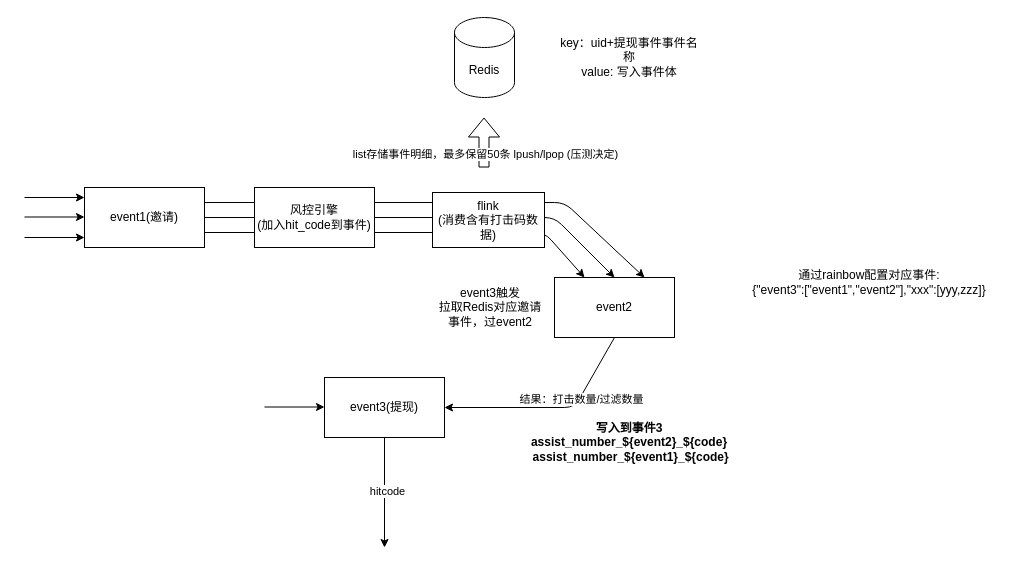
learn2Pro/draw_io_save keeps this draw.io diagram as event_3.drawio. Above is the earlier version. Source tidied: cells renumbered, new cells numbered last; positions are measured from the earlier drawing's top-left corner, leaving out a move shared by most shapes. Both pictures are drawn from the tidied source at 100%, with x=0, y=0 at pixel (24, 17).
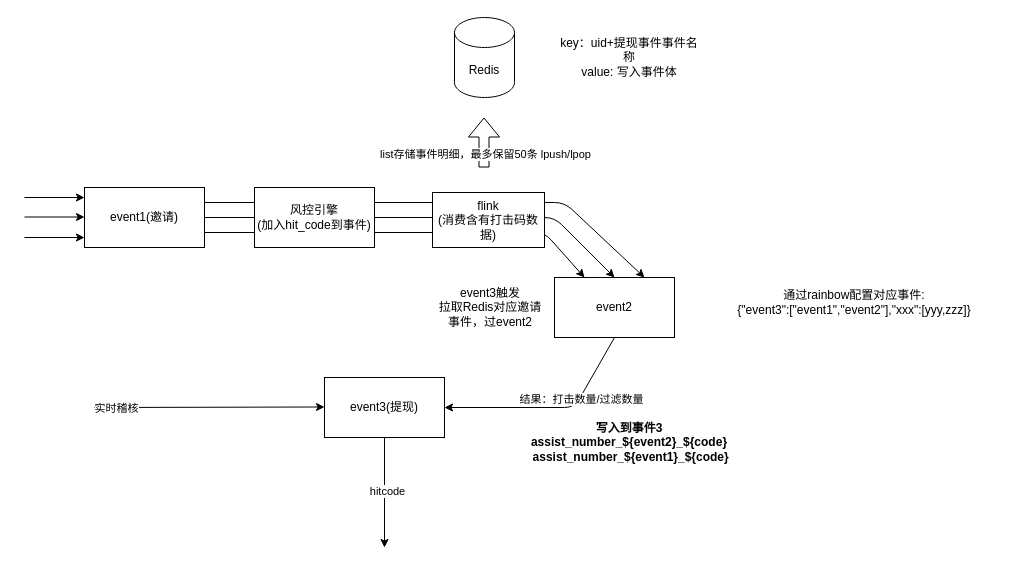
Above is the later version.

Unchanged cells that the change refers to:
```xml
<mxCell id="17" style="shape=flexArrow;endArrow=classic;html=1;" parent="1" edge="1">
  <mxGeometry relative="1" as="geometry">
    <mxPoint x="459.5" y="150" as="sourcePoint" />
    <mxPoint x="459.5" y="100" as="targetPoint" />
  </mxGeometry>
</mxCell>
```

Change to the diagram source:
```diff
@@
     <mxCell id="11" style="endArrow=classic;html=1;" parent="1" edge="1">
       <mxGeometry relative="1" as="geometry">
-        <mxPoint x="240" y="389.5" as="sourcePoint" />
+        <mxPoint x="70" y="390" as="sourcePoint" />
         <mxPoint x="300" y="389.5" as="targetPoint" />
       </mxGeometry>
     </mxCell>
+    <mxCell id="25" value="实时稽核" style="edgeLabel;html=1;align=center;verticalAlign=middle;" parent="11" vertex="1">
+      <mxGeometry x="-0.82" y="-1" relative="1" as="geometry" />
+    </mxCell>
@@
-    <mxCell id="18" value="list存储事件明细，最多保留50条 lpush/lpop (压测决定)" style="edgeLabel;html=1;align=center;verticalAlign=middle;" parent="17" vertex="1">
+    <mxCell id="18" value="list存储事件明细，最多保留50条 lpush/lpop" style="edgeLabel;html=1;align=center;verticalAlign=middle;" parent="17" vertex="1">
       <mxGeometry x="-0.44" relative="1" as="geometry">
         <mxPoint x="1" as="offset" />
       </mxGeometry>
     </mxCell>
@@
     <mxCell id="22" value="通过rainbow配置对应事件:&lt;br&gt;{&quot;event3&quot;:[&quot;event1&quot;,&quot;event2&quot;],&quot;xxx&quot;:[yyy,zzz]}" style="text;html=1;strokeColor=none;fillColor=none;align=center;verticalAlign=middle;whiteSpace=wrap;rounded=0;" parent="1" vertex="1">
-      <mxGeometry x="700" y="130" width="290" height="270" as="geometry" />
+      <mxGeometry x="690" y="210" width="280" height="150" as="geometry" />
     </mxCell>
```
